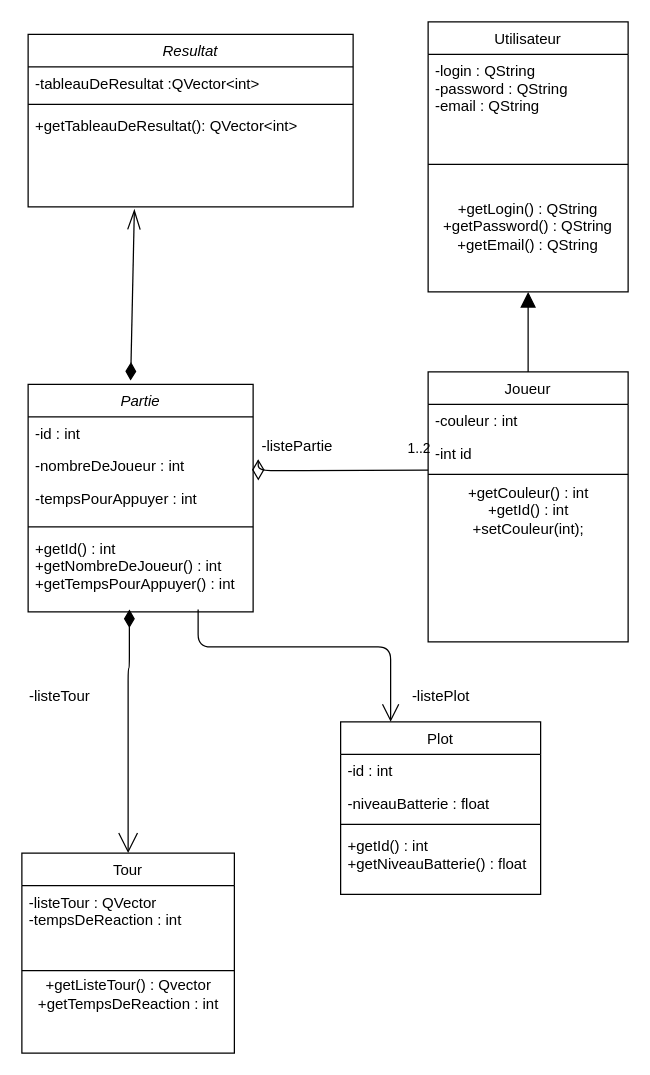
Above: 2-Conception/Diagramme de classe/Diagramme de classe.drawio in Kimaaaaaaa/Plots-_Lumineux_BTS_2022-2024 (draw.io), before the change. Source tidied: cells renumbered, new cells numbered last; positions are measured from the earlier drawing's top-left corner, leaving out a move shared by most shapes. Both pictures are drawn from the tidied source at 125%, with x=0, y=0 at pixel (21, 21).
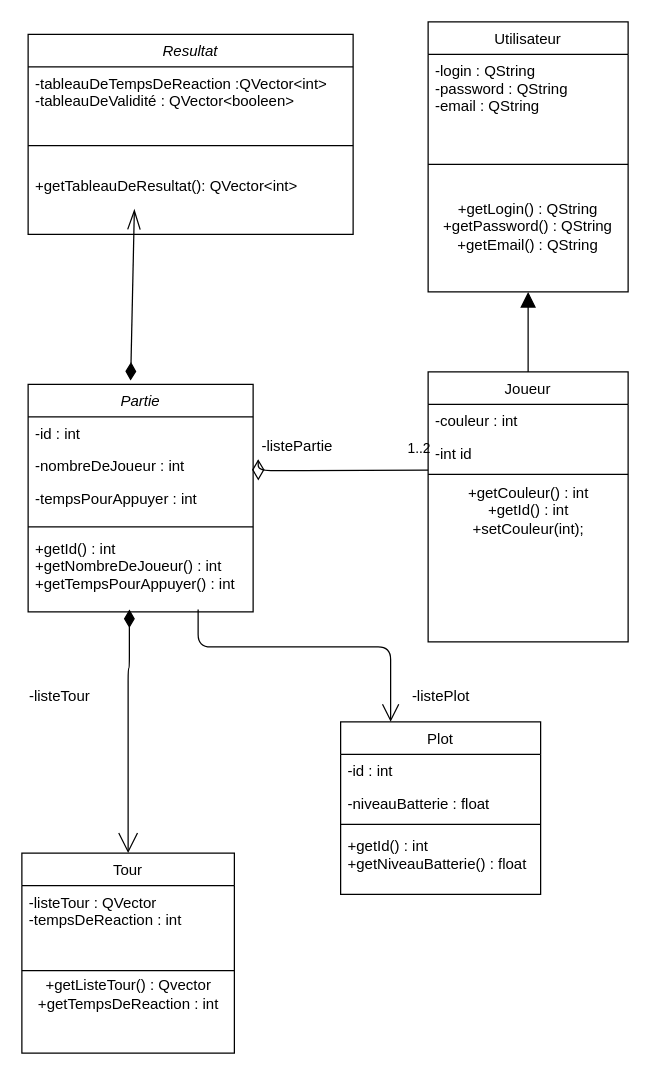
The same diagram, later.

Diff of the diagram source:
```diff
@@
     <mxCell id="18" value="Resultat" style="swimlane;fontStyle=2;align=center;verticalAlign=top;horizontal=1;startSize=26;rounded=0;shadow=0;strokeWidth=1;" parent="1" vertex="1">
-      <mxGeometry x="5" y="10" width="260" height="138" as="geometry" />
+      <mxGeometry x="5" y="10" width="260" height="160" as="geometry" />
     </mxCell>
-    <mxCell id="19" value="-tableauDeResultat :QVector&lt;int&gt;" style="text;align=left;verticalAlign=top;spacingLeft=4;spacingRight=4;overflow=hidden;" parent="18" vertex="1">
-      <mxGeometry y="26" width="260" height="26" as="geometry" />
+    <mxCell id="19" value="-tableauDeTempsDeReaction :QVector&lt;int&gt;&#10;-tableauDeValidité : QVector&lt;booleen&gt;&#10;&#10;" style="text;align=left;verticalAlign=top;spacingLeft=4;spacingRight=4;overflow=hidden;" parent="18" vertex="1">
+      <mxGeometry y="26" width="260" height="44" as="geometry" />
     </mxCell>
     <mxCell id="20" style="line;html=1;strokeWidth=1;align=left;verticalAlign=middle;spacingTop=-1;spacingLeft=3;spacingRight=3;labelPosition=right;" parent="18" vertex="1">
-      <mxGeometry y="52" width="260" height="8" as="geometry" />
+      <mxGeometry y="70" width="260" height="38" as="geometry" />
     </mxCell>
     <mxCell id="21" value="+getTableauDeResultat(): QVector&lt;int&gt;" style="text;align=left;verticalAlign=top;spacingLeft=4;spacingRight=4;overflow=hidden;" parent="18" vertex="1">
-      <mxGeometry y="60" width="260" height="26" as="geometry" />
+      <mxGeometry y="108" width="260" height="26" as="geometry" />
     </mxCell>
```
